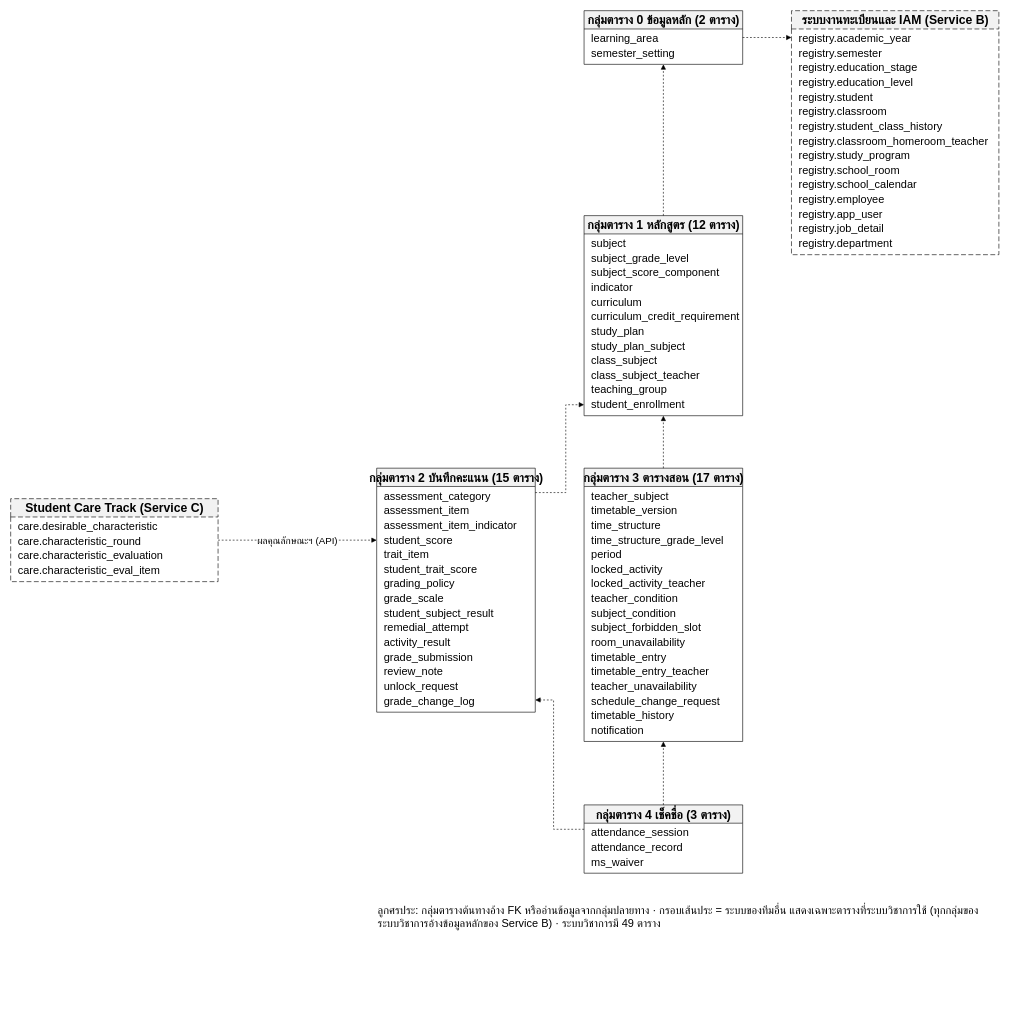
polymercatzz/Academic keeps this draw.io diagram as docs/database/er/er-overview.drawio. Above is the earlier version. Source tidied: cells renumbered, new cells numbered last; positions are measured from the earlier drawing's top-left corner, leaving out a move shared by most shapes. Both pictures are drawn from the tidied source at 61%, with x=0, y=0 at pixel (10, 10).
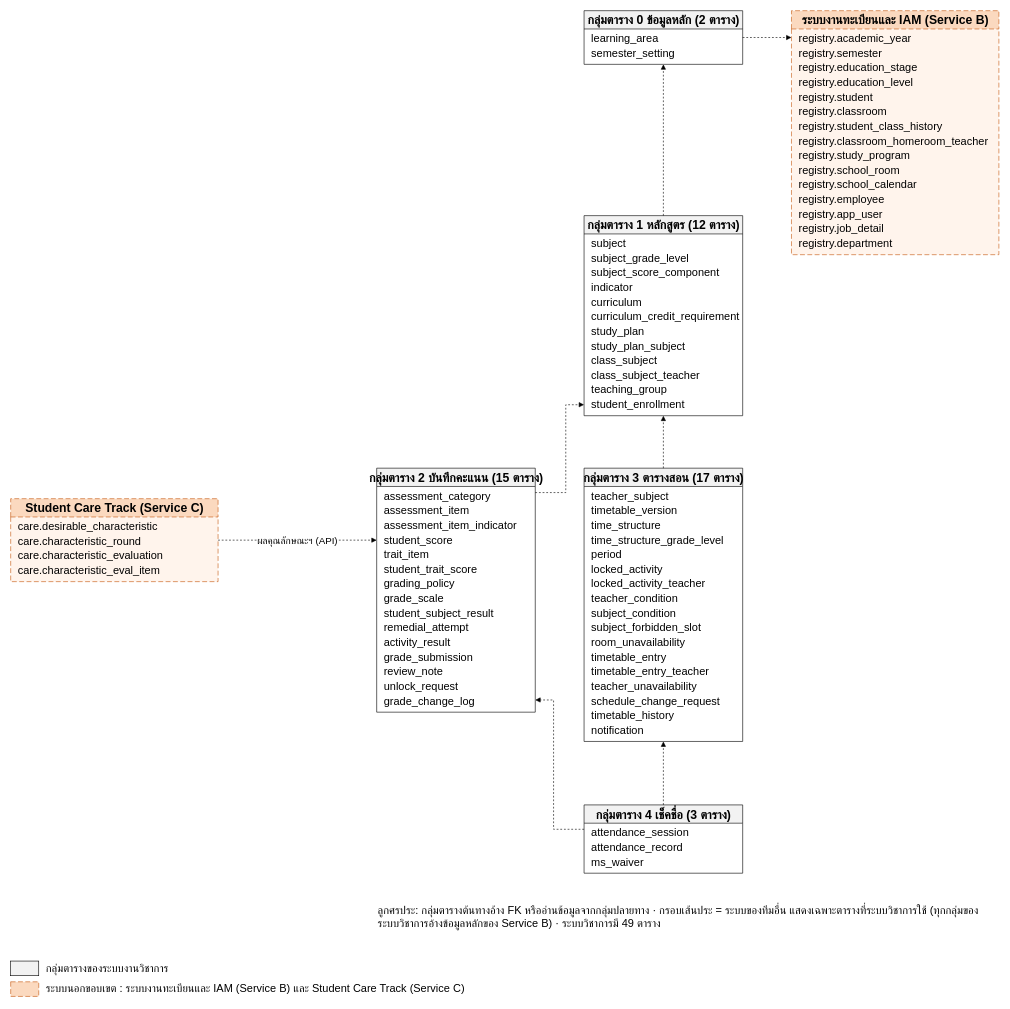
After the change.

Change to the diagram source:
```diff
@@
-    <mxCell id="41" value="ระบบงานทะเบียนและ IAM (Service B)" style="swimlane;startSize=30;html=1;fontFamily=TH SarabunPSK;fontSize=20;fontStyle=1;fillColor=#F2F2F2;strokeColor=#000000;swimlaneFillColor=#FFFFFF;dashed=1;dashPattern=8 4;" parent="1" vertex="1">
+    <mxCell id="41" value="ระบบงานทะเบียนและ IAM (Service B)" style="swimlane;startSize=30;html=1;fontFamily=TH SarabunPSK;fontSize=20;fontStyle=1;fillColor=#FBD9BF;strokeColor=#C55A11;swimlaneFillColor=#FFF4EC;dashed=1;dashPattern=8 4;" parent="1" vertex="1">
       <mxGeometry x="1280" width="340" height="400" as="geometry" />
     </mxCell>
@@
-    <mxCell id="79" value="Student Care Track (Service C)" style="swimlane;startSize=30;html=1;fontFamily=TH SarabunPSK;fontSize=20;fontStyle=1;fillColor=#F2F2F2;strokeColor=#000000;swimlaneFillColor=#FFFFFF;dashed=1;dashPattern=8 4;" parent="1" vertex="1">
+    <mxCell id="79" value="Student Care Track (Service C)" style="swimlane;startSize=30;html=1;fontFamily=TH SarabunPSK;fontSize=20;fontStyle=1;fillColor=#FBD9BF;strokeColor=#C55A11;swimlaneFillColor=#FFF4EC;dashed=1;dashPattern=8 4;" parent="1" vertex="1">
       <mxGeometry y="800" width="340" height="136" as="geometry" />
     </mxCell>
@@
+    <mxCell id="85" style="rounded=0;html=1;fillColor=#F2F2F2;strokeColor=#000000;" parent="1" vertex="1">
+      <mxGeometry y="1558" width="46" height="24" as="geometry" />
+    </mxCell>
+    <mxCell id="86" value="กลุ่มตารางของระบบงานวิชาการ" style="text;html=1;align=left;verticalAlign=middle;fontFamily=TH SarabunPSK;fontSize=18;fontColor=#000000;" parent="1" vertex="1">
+      <mxGeometry x="56" y="1555" width="700" height="30" as="geometry" />
+    </mxCell>
+    <mxCell id="87" style="rounded=0;html=1;dashed=1;dashPattern=8 4;fillColor=#FBD9BF;strokeColor=#C55A11;" parent="1" vertex="1">
+      <mxGeometry y="1592" width="46" height="24" as="geometry" />
+    </mxCell>
+    <mxCell id="88" value="ระบบนอกขอบเขต : ระบบงานทะเบียนและ IAM (Service B) และ Student Care Track (Service C)" style="text;html=1;align=left;verticalAlign=middle;fontFamily=TH SarabunPSK;fontSize=18;fontColor=#000000;" parent="1" vertex="1">
+      <mxGeometry x="56" y="1589" width="700" height="30" as="geometry" />
+    </mxCell>
```
